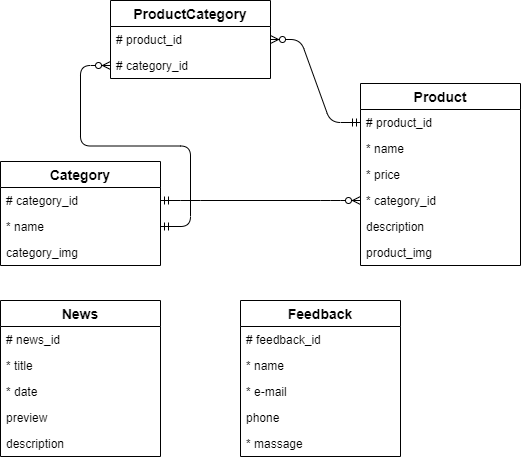
Above: DB/ER-диаграмма.png in igor-ka97/bootcamp-block3 (draw.io), before the change. Source tidied: cells renumbered, new cells last; positions are measured from the earlier drawing's top-left corner, leaving out a move shared by most shapes. The source it was exported from:
```xml
<mxGraphModel>
  <root>
    <mxCell id="0" />
    <mxCell id="1" parent="0" />
    <mxCell id="2" style="edgeStyle=entityRelationEdgeStyle;fontSize=12;html=1;endArrow=ERzeroToMany;startArrow=ERmandOne;endFill=1;exitX=1;exitY=0.5;exitDx=0;exitDy=0;entryX=0;entryY=0.5;entryDx=0;entryDy=0;rounded=1;jumpStyle=none;strokeColor=#000000;" parent="1" edge="1" source="17" target="14">
      <mxGeometry relative="1" as="geometry" />
    </mxCell>
    <mxCell id="3" style="edgeStyle=entityRelationEdgeStyle;fontSize=12;html=1;endArrow=ERmandOne;startArrow=ERzeroToMany;startFill=1;endFill=0;entryX=0;entryY=0.5;entryDx=0;entryDy=0;exitX=1;exitY=0.5;exitDx=0;exitDy=0;" parent="1" edge="1" source="13" target="6">
      <mxGeometry relative="1" as="geometry" />
    </mxCell>
    <mxCell id="4" style="edgeStyle=entityRelationEdgeStyle;fontSize=12;html=1;endArrow=ERzeroToMany;startArrow=ERmandOne;strokeColor=#000000;exitX=1;exitY=0.5;exitDx=0;exitDy=0;entryX=0;entryY=0.5;entryDx=0;entryDy=0;endFill=1;" parent="1" edge="1" source="16" target="9">
      <mxGeometry relative="1" as="geometry" />
    </mxCell>
    <mxCell id="5" value="Product" style="swimlane;fontStyle=1;horizontal=1;startSize=26;align=center;fontSize=14;rounded=0;shadow=0;glass=0;comic=0;gradientColor=none;" parent="1" vertex="1">
      <mxGeometry x="360" y="83" width="160" height="182" as="geometry" />
    </mxCell>
    <mxCell id="6" value="# product_id" style="text;strokeColor=none;fillColor=none;spacingLeft=4;spacingRight=4;overflow=hidden;points=[[0,0.5],[1,0.5]];portConstraint=eastwest;fontSize=12;" parent="5" vertex="1">
      <mxGeometry y="26" width="160" height="26" as="geometry" />
    </mxCell>
    <mxCell id="7" value="* name" style="text;strokeColor=none;fillColor=none;spacingLeft=4;spacingRight=4;overflow=hidden;fontSize=12;rounded=0;shadow=0;glass=0;comic=0;startSize=26;" parent="5" vertex="1">
      <mxGeometry y="52" width="160" height="26" as="geometry" />
    </mxCell>
    <mxCell id="8" value="* price" style="text;strokeColor=none;fillColor=none;spacingLeft=4;spacingRight=4;overflow=hidden;fontSize=12;rounded=0;shadow=0;glass=0;comic=0;startSize=26;" parent="5" vertex="1">
      <mxGeometry y="78" width="160" height="26" as="geometry" />
    </mxCell>
    <mxCell id="9" value="* category_id" style="text;strokeColor=none;fillColor=none;spacingLeft=4;spacingRight=4;overflow=hidden;points=[[0,0.5],[1,0.5]];portConstraint=eastwest;fontSize=12;rounded=0;shadow=0;glass=0;comic=0;startSize=26;" parent="5" vertex="1">
      <mxGeometry y="104" width="160" height="26" as="geometry" />
    </mxCell>
    <mxCell id="10" value="description" style="text;strokeColor=none;fillColor=none;spacingLeft=4;spacingRight=4;overflow=hidden;fontSize=12;" parent="5" vertex="1">
      <mxGeometry y="130" width="160" height="26" as="geometry" />
    </mxCell>
    <mxCell id="11" value="product_img" style="text;strokeColor=none;fillColor=none;spacingLeft=4;spacingRight=4;overflow=hidden;fontSize=12;" parent="5" vertex="1">
      <mxGeometry y="156" width="160" height="26" as="geometry" />
    </mxCell>
    <mxCell id="12" value="ProductCategory" style="swimlane;fontStyle=1;horizontal=1;startSize=26;align=center;fontSize=14;rounded=0;shadow=0;glass=0;comic=0;gradientColor=none;" parent="1" vertex="1">
      <mxGeometry x="110" width="160" height="78" as="geometry" />
    </mxCell>
    <mxCell id="13" value="# product_id" style="text;strokeColor=none;fillColor=none;spacingLeft=4;spacingRight=4;overflow=hidden;points=[[0,0.5],[1,0.5]];portConstraint=eastwest;fontSize=12;" parent="12" vertex="1">
      <mxGeometry y="26" width="160" height="26" as="geometry" />
    </mxCell>
    <mxCell id="14" value="# category_id" style="text;strokeColor=none;fillColor=none;spacingLeft=4;spacingRight=4;overflow=hidden;points=[[0,0.5],[1,0.5]];portConstraint=eastwest;fontSize=12;" parent="12" vertex="1">
      <mxGeometry y="52" width="160" height="26" as="geometry" />
    </mxCell>
    <mxCell id="15" value="Category" style="swimlane;fontStyle=1;horizontal=1;startSize=26;align=center;fontSize=14;" parent="1" vertex="1">
      <mxGeometry y="161" width="160" height="104" as="geometry" />
    </mxCell>
    <mxCell id="16" value="# category_id" style="text;strokeColor=none;fillColor=none;spacingLeft=4;spacingRight=4;overflow=hidden;points=[[0,0.5],[1,0.5]];portConstraint=eastwest;fontSize=12;" parent="15" vertex="1">
      <mxGeometry y="26" width="160" height="26" as="geometry" />
    </mxCell>
    <mxCell id="17" value="* name" style="text;strokeColor=none;fillColor=none;spacingLeft=4;spacingRight=4;overflow=hidden;points=[[0,0.5],[1,0.5]];portConstraint=eastwest;fontSize=12;" parent="15" vertex="1">
      <mxGeometry y="52" width="160" height="26" as="geometry" />
    </mxCell>
    <mxCell id="18" value="category_img" style="text;strokeColor=none;fillColor=none;spacingLeft=4;spacingRight=4;overflow=hidden;fontSize=12;" parent="15" vertex="1">
      <mxGeometry y="78" width="160" height="26" as="geometry" />
    </mxCell>
    <mxCell id="19" value="News" style="swimlane;fontStyle=1;horizontal=1;startSize=26;align=center;fontSize=14;rounded=0;shadow=0;glass=0;comic=0;gradientColor=none;" parent="1" vertex="1">
      <mxGeometry y="300" width="160" height="156" as="geometry" />
    </mxCell>
    <mxCell id="20" value="# news_id" style="text;strokeColor=none;fillColor=none;spacingLeft=4;spacingRight=4;overflow=hidden;fontSize=12;" parent="19" vertex="1">
      <mxGeometry y="26" width="160" height="26" as="geometry" />
    </mxCell>
    <mxCell id="21" value="* title" style="text;strokeColor=none;fillColor=none;spacingLeft=4;spacingRight=4;overflow=hidden;fontSize=12;" parent="19" vertex="1">
      <mxGeometry y="52" width="160" height="26" as="geometry" />
    </mxCell>
    <mxCell id="22" value="* date" style="text;strokeColor=none;fillColor=none;spacingLeft=4;spacingRight=4;overflow=hidden;fontSize=12;rounded=0;shadow=0;glass=0;comic=0;startSize=26;" parent="19" vertex="1">
      <mxGeometry y="78" width="160" height="26" as="geometry" />
    </mxCell>
    <mxCell id="23" value="preview" style="text;strokeColor=none;fillColor=none;spacingLeft=4;spacingRight=4;overflow=hidden;fontSize=12;" parent="19" vertex="1">
      <mxGeometry y="104" width="160" height="26" as="geometry" />
    </mxCell>
    <mxCell id="24" value="description" style="text;strokeColor=none;fillColor=none;spacingLeft=4;spacingRight=4;overflow=hidden;fontSize=12;rounded=0;shadow=0;glass=0;comic=0;startSize=26;" parent="19" vertex="1">
      <mxGeometry y="130" width="160" height="26" as="geometry" />
    </mxCell>
    <mxCell id="25" value="Feedback" style="swimlane;fontStyle=1;horizontal=1;startSize=26;align=center;fontSize=14;rounded=0;shadow=0;glass=0;comic=0;gradientColor=none;" parent="1" vertex="1">
      <mxGeometry x="240" y="300" width="160" height="156" as="geometry" />
    </mxCell>
    <mxCell id="26" value="# feedback_id" style="text;strokeColor=none;fillColor=none;spacingLeft=4;spacingRight=4;overflow=hidden;fontSize=12;" parent="25" vertex="1">
      <mxGeometry y="26" width="160" height="26" as="geometry" />
    </mxCell>
    <mxCell id="27" value="* name" style="text;strokeColor=none;fillColor=none;spacingLeft=4;spacingRight=4;overflow=hidden;fontSize=12;" parent="25" vertex="1">
      <mxGeometry y="52" width="160" height="26" as="geometry" />
    </mxCell>
    <mxCell id="28" value="* e-mail" style="text;strokeColor=none;fillColor=none;spacingLeft=4;spacingRight=4;overflow=hidden;fontSize=12;rounded=0;shadow=0;glass=0;comic=0;startSize=26;" parent="25" vertex="1">
      <mxGeometry y="78" width="160" height="26" as="geometry" />
    </mxCell>
    <mxCell id="29" value="phone" style="text;strokeColor=none;fillColor=none;spacingLeft=4;spacingRight=4;overflow=hidden;fontSize=12;" parent="25" vertex="1">
      <mxGeometry y="104" width="160" height="26" as="geometry" />
    </mxCell>
    <mxCell id="30" value="* massage" style="text;strokeColor=none;fillColor=none;spacingLeft=4;spacingRight=4;overflow=hidden;fontSize=12;rounded=0;shadow=0;glass=0;comic=0;startSize=26;" parent="25" vertex="1">
      <mxGeometry y="130" width="160" height="26" as="geometry" />
    </mxCell>
  </root>
</mxGraphModel>
```
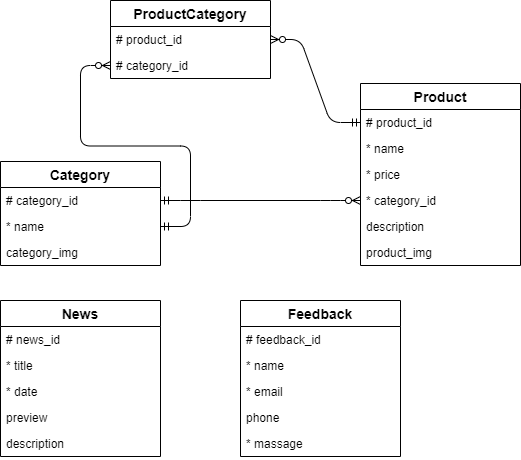
Later version of the same file.

Diff of the diagram source:
```diff
@@ -80,7 +80,7 @@
     <mxCell id="27" value="* name" style="text;strokeColor=none;fillColor=none;spacingLeft=4;spacingRight=4;overflow=hidden;fontSize=12;" parent="25" vertex="1">
       <mxGeometry y="52" width="160" height="26" as="geometry" />
     </mxCell>
-    <mxCell id="28" value="* e-mail" style="text;strokeColor=none;fillColor=none;spacingLeft=4;spacingRight=4;overflow=hidden;fontSize=12;rounded=0;shadow=0;glass=0;comic=0;startSize=26;" parent="25" vertex="1">
+    <mxCell id="28" value="* email" style="text;strokeColor=none;fillColor=none;spacingLeft=4;spacingRight=4;overflow=hidden;fontSize=12;rounded=0;shadow=0;glass=0;comic=0;startSize=26;" parent="25" vertex="1">
       <mxGeometry y="78" width="160" height="26" as="geometry" />
     </mxCell>
     <mxCell id="29" value="phone" style="text;strokeColor=none;fillColor=none;spacingLeft=4;spacingRight=4;overflow=hidden;fontSize=12;" parent="25" vertex="1">
```
